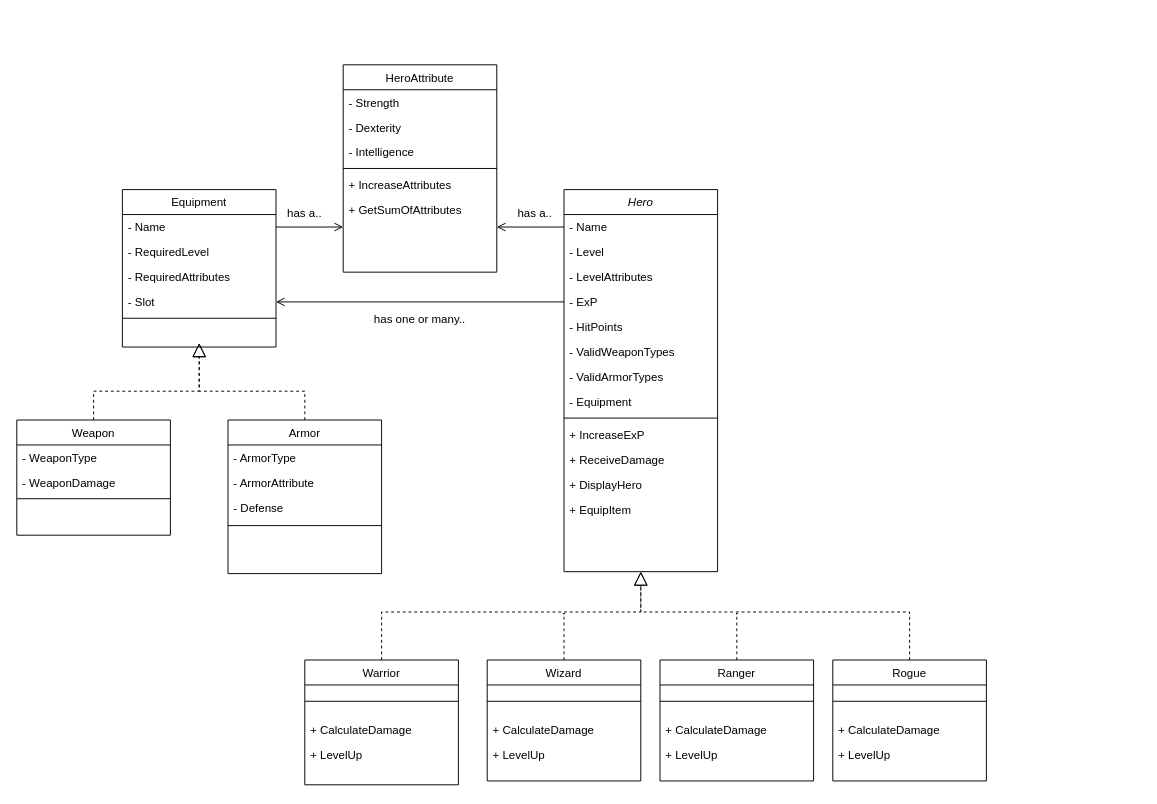
Before: rpggame.drawio in vegardandersson/additional-files, a draw.io diagram. Source tidied: cells renumbered, new cells numbered last; positions are measured from the earlier drawing's top-left corner, leaving out a move shared by most shapes. Both pictures are drawn from the tidied source at 96%, with x=0, y=0 at pixel (16, 64).
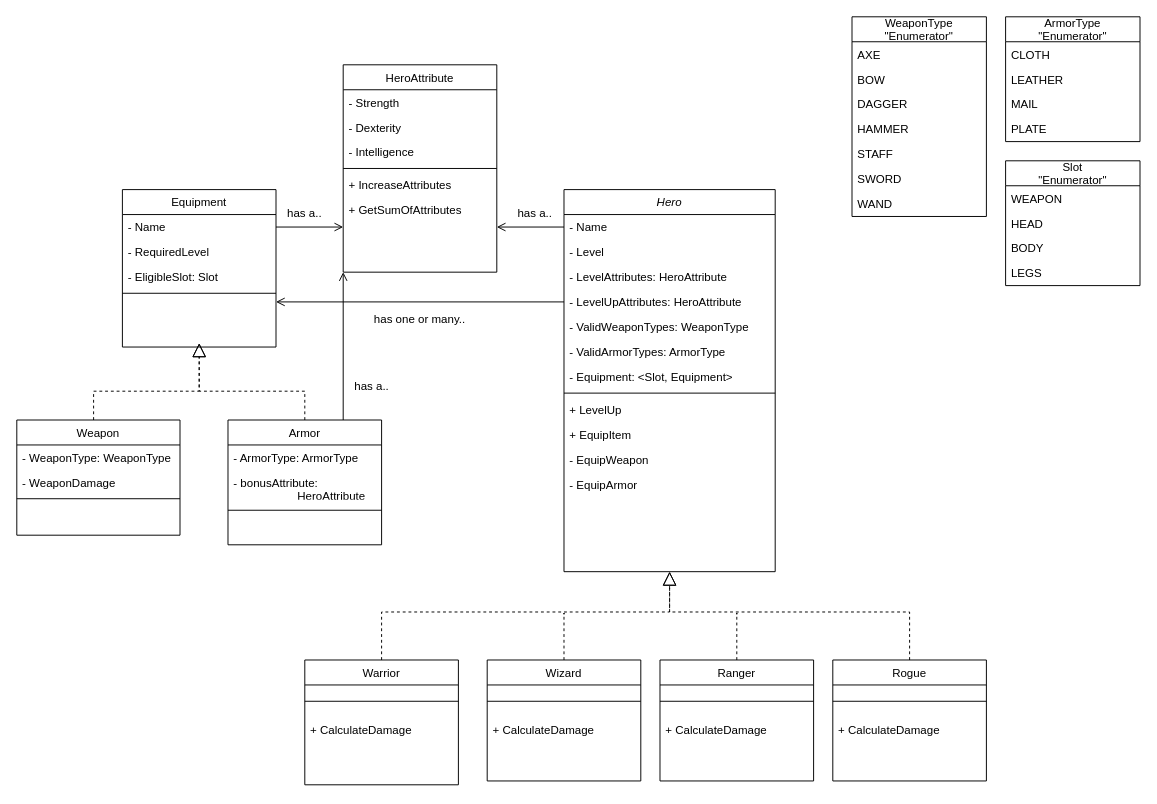
The same diagram, later.

Unchanged cells that the change refers to:
```xml
<mxCell id="16" value="HeroAttribute" style="swimlane;fontStyle=0;align=center;verticalAlign=top;horizontal=1;startSize=26;rounded=0;shadow=0;strokeWidth=1;" parent="1" vertex="1">
  <mxGeometry x="340" width="160" height="216" as="geometry" />
</mxCell>
<mxCell id="23" value="Equipment" style="swimlane;fontStyle=0;align=center;verticalAlign=top;horizontal=1;startSize=26;rounded=0;shadow=0;strokeWidth=1;" parent="1" vertex="1">
  <mxGeometry x="110" y="130" width="160" height="164" as="geometry" />
</mxCell>
<mxCell id="46" value="Warrior" style="swimlane;fontStyle=0;align=center;verticalAlign=top;horizontal=1;startSize=26;rounded=0;shadow=0;strokeWidth=1;" parent="1" vertex="1">
  <mxGeometry x="300" y="620" width="160" height="130" as="geometry" />
</mxCell>
<mxCell id="50" value="Wizard" style="swimlane;fontStyle=0;align=center;verticalAlign=top;horizontal=1;startSize=26;rounded=0;shadow=0;strokeWidth=1;" parent="1" vertex="1">
  <mxGeometry x="490" y="620" width="160" height="126" as="geometry" />
</mxCell>
<mxCell id="54" value="Ranger" style="swimlane;fontStyle=0;align=center;verticalAlign=top;horizontal=1;startSize=26;rounded=0;shadow=0;strokeWidth=1;" parent="1" vertex="1">
  <mxGeometry x="670" y="620" width="160" height="126" as="geometry" />
</mxCell>
<mxCell id="58" value="Rogue" style="swimlane;fontStyle=0;align=center;verticalAlign=top;horizontal=1;startSize=26;rounded=0;shadow=0;strokeWidth=1;" parent="1" vertex="1">
  <mxGeometry x="850" y="620" width="160" height="126" as="geometry" />
</mxCell>
```

What changed in the source:
```diff
@@
     <mxCell id="2" value="Hero" style="swimlane;fontStyle=2;align=center;verticalAlign=top;horizontal=1;startSize=26;rounded=0;shadow=0;strokeWidth=1;" parent="1" vertex="1">
-      <mxGeometry x="570" y="130" width="160" height="398" as="geometry" />
+      <mxGeometry x="570" y="130" width="220" height="398" as="geometry" />
     </mxCell>
     <mxCell id="3" value="- Name" style="text;align=left;verticalAlign=top;spacingLeft=4;spacingRight=4;overflow=hidden;points=[[0,0.5],[1,0.5]];portConstraint=eastwest;" parent="2" vertex="1">
-      <mxGeometry y="26" width="160" height="26" as="geometry" />
+      <mxGeometry y="26" width="220" height="26" as="geometry" />
     </mxCell>
     <mxCell id="4" value="- Level" style="text;align=left;verticalAlign=top;spacingLeft=4;spacingRight=4;overflow=hidden;rounded=0;shadow=0;html=0;" parent="2" vertex="1">
-      <mxGeometry y="52" width="160" height="26" as="geometry" />
+      <mxGeometry y="52" width="220" height="26" as="geometry" />
     </mxCell>
-    <mxCell id="5" value="- LevelAttributes" style="text;align=left;verticalAlign=top;spacingLeft=4;spacingRight=4;overflow=hidden;rounded=0;shadow=0;html=0;" parent="2" vertex="1">
-      <mxGeometry y="78" width="160" height="26" as="geometry" />
+    <mxCell id="5" value="- LevelAttributes: HeroAttribute" style="text;align=left;verticalAlign=top;spacingLeft=4;spacingRight=4;overflow=hidden;rounded=0;shadow=0;html=0;" parent="2" vertex="1">
+      <mxGeometry y="78" width="220" height="26" as="geometry" />
     </mxCell>
-    <mxCell id="6" value="- ExP" style="text;align=left;verticalAlign=top;spacingLeft=4;spacingRight=4;overflow=hidden;points=[[0,0.5],[1,0.5]];portConstraint=eastwest;rounded=0;shadow=0;html=0;" parent="2" vertex="1">
-      <mxGeometry y="104" width="160" height="26" as="geometry" />
-    </mxCell>
-    <mxCell id="7" value="- HitPoints" style="text;align=left;verticalAlign=top;spacingLeft=4;spacingRight=4;overflow=hidden;rounded=0;shadow=0;html=0;" parent="2" vertex="1">
-      <mxGeometry y="130" width="160" height="26" as="geometry" />
-    </mxCell>
+    <mxCell id="66" value="- LevelUpAttributes: HeroAttribute" style="text;align=left;verticalAlign=top;spacingLeft=4;spacingRight=4;overflow=hidden;rounded=0;shadow=0;html=0;" parent="2" vertex="1">
+      <mxGeometry y="104" width="220" height="26" as="geometry" />
+    </mxCell>
-    <mxCell id="8" value="- ValidWeaponTypes" style="text;align=left;verticalAlign=top;spacingLeft=4;spacingRight=4;overflow=hidden;rounded=0;shadow=0;html=0;" parent="2" vertex="1">
-      <mxGeometry y="156" width="160" height="26" as="geometry" />
+    <mxCell id="8" value="- ValidWeaponTypes: WeaponType" style="text;align=left;verticalAlign=top;spacingLeft=4;spacingRight=4;overflow=hidden;rounded=0;shadow=0;html=0;" parent="2" vertex="1">
+      <mxGeometry y="130" width="220" height="26" as="geometry" />
     </mxCell>
-    <mxCell id="9" value="- ValidArmorTypes" style="text;align=left;verticalAlign=top;spacingLeft=4;spacingRight=4;overflow=hidden;rounded=0;shadow=0;html=0;" parent="2" vertex="1">
-      <mxGeometry y="182" width="160" height="26" as="geometry" />
+    <mxCell id="9" value="- ValidArmorTypes: ArmorType" style="text;align=left;verticalAlign=top;spacingLeft=4;spacingRight=4;overflow=hidden;rounded=0;shadow=0;html=0;" parent="2" vertex="1">
+      <mxGeometry y="156" width="220" height="26" as="geometry" />
     </mxCell>
-    <mxCell id="10" value="- Equipment" style="text;align=left;verticalAlign=top;spacingLeft=4;spacingRight=4;overflow=hidden;rounded=0;shadow=0;html=0;" parent="2" vertex="1">
-      <mxGeometry y="208" width="160" height="26" as="geometry" />
+    <mxCell id="10" value="- Equipment: &lt;Slot, Equipment&gt;" style="text;align=left;verticalAlign=top;spacingLeft=4;spacingRight=4;overflow=hidden;rounded=0;shadow=0;html=0;" parent="2" vertex="1">
+      <mxGeometry y="182" width="220" height="26" as="geometry" />
     </mxCell>
     <mxCell id="11" style="line;html=1;strokeWidth=1;align=left;verticalAlign=middle;spacingTop=-1;spacingLeft=3;spacingRight=3;labelPosition=right;" parent="2" vertex="1">
-      <mxGeometry y="234" width="160" height="8" as="geometry" />
+      <mxGeometry y="208" width="220" height="8" as="geometry" />
     </mxCell>
-    <mxCell id="12" value="+ IncreaseExP" style="text;align=left;verticalAlign=top;spacingLeft=4;spacingRight=4;overflow=hidden;rounded=0;shadow=0;html=0;" parent="2" vertex="1">
-      <mxGeometry y="242" width="160" height="26" as="geometry" />
-    </mxCell>
-    <mxCell id="13" value="+ ReceiveDamage" style="text;align=left;verticalAlign=top;spacingLeft=4;spacingRight=4;overflow=hidden;rounded=0;shadow=0;html=0;" parent="2" vertex="1">
-      <mxGeometry y="268" width="160" height="26" as="geometry" />
-    </mxCell>
-    <mxCell id="14" value="+ DisplayHero" style="text;align=left;verticalAlign=top;spacingLeft=4;spacingRight=4;overflow=hidden;rounded=0;shadow=0;html=0;" parent="2" vertex="1">
-      <mxGeometry y="294" width="160" height="26" as="geometry" />
-    </mxCell>
+    <mxCell id="67" value="+ LevelUp" style="text;align=left;verticalAlign=top;spacingLeft=4;spacingRight=4;overflow=hidden;rounded=0;shadow=0;html=0;" parent="2" vertex="1">
+      <mxGeometry y="216" width="220" height="26" as="geometry" />
+    </mxCell>
     <mxCell id="15" value="+ EquipItem" style="text;align=left;verticalAlign=top;spacingLeft=4;spacingRight=4;overflow=hidden;rounded=0;shadow=0;html=0;" parent="2" vertex="1">
-      <mxGeometry y="320" width="160" height="26" as="geometry" />
+      <mxGeometry y="242" width="220" height="26" as="geometry" />
     </mxCell>
+    <mxCell id="68" value="- EquipWeapon" style="text;align=left;verticalAlign=top;spacingLeft=4;spacingRight=4;overflow=hidden;rounded=0;shadow=0;html=0;" parent="2" vertex="1">
+      <mxGeometry y="268" width="220" height="26" as="geometry" />
+    </mxCell>
+    <mxCell id="69" value="- EquipArmor" style="text;align=left;verticalAlign=top;spacingLeft=4;spacingRight=4;overflow=hidden;rounded=0;shadow=0;html=0;" parent="2" vertex="1">
+      <mxGeometry y="294" width="220" height="26" as="geometry" />
+    </mxCell>
@@
-    <mxCell id="26" value="- RequiredAttributes" style="text;align=left;verticalAlign=top;spacingLeft=4;spacingRight=4;overflow=hidden;rounded=0;shadow=0;html=0;" parent="23" vertex="1">
-      <mxGeometry y="78" width="160" height="26" as="geometry" />
-    </mxCell>
-    <mxCell id="27" value="- Slot" style="text;align=left;verticalAlign=top;spacingLeft=4;spacingRight=4;overflow=hidden;rounded=0;shadow=0;html=0;" parent="23" vertex="1">
-      <mxGeometry y="104" width="160" height="26" as="geometry" />
+    <mxCell id="27" value="- EligibleSlot: Slot" style="text;align=left;verticalAlign=top;spacingLeft=4;spacingRight=4;overflow=hidden;rounded=0;shadow=0;html=0;" parent="23" vertex="1">
+      <mxGeometry y="78" width="160" height="26" as="geometry" />
     </mxCell>
     <mxCell id="28" style="line;html=1;strokeWidth=1;align=left;verticalAlign=middle;spacingTop=-1;spacingLeft=3;spacingRight=3;labelPosition=right;" parent="23" vertex="1">
-      <mxGeometry y="130" width="160" height="8" as="geometry" />
+      <mxGeometry y="104" width="160" height="8" as="geometry" />
     </mxCell>
     <mxCell id="29" value="Weapon" style="swimlane;fontStyle=0;align=center;verticalAlign=top;horizontal=1;startSize=26;rounded=0;shadow=0;strokeWidth=1;" parent="1" vertex="1">
-      <mxGeometry y="370" width="160" height="120" as="geometry" />
+      <mxGeometry y="370" width="170" height="120" as="geometry" />
     </mxCell>
-    <mxCell id="30" value="- WeaponType" style="text;align=left;verticalAlign=top;spacingLeft=4;spacingRight=4;overflow=hidden;" parent="29" vertex="1">
-      <mxGeometry y="26" width="160" height="26" as="geometry" />
+    <mxCell id="30" value="- WeaponType: WeaponType" style="text;align=left;verticalAlign=top;spacingLeft=4;spacingRight=4;overflow=hidden;" parent="29" vertex="1">
+      <mxGeometry y="26" width="170" height="26" as="geometry" />
     </mxCell>
     <mxCell id="31" value="- WeaponDamage" style="text;align=left;verticalAlign=top;spacingLeft=4;spacingRight=4;overflow=hidden;" parent="29" vertex="1">
-      <mxGeometry y="52" width="160" height="26" as="geometry" />
+      <mxGeometry y="52" width="170" height="26" as="geometry" />
     </mxCell>
     <mxCell id="32" style="line;html=1;strokeWidth=1;align=left;verticalAlign=middle;spacingTop=-1;spacingLeft=3;spacingRight=3;labelPosition=right;" parent="29" vertex="1">
-      <mxGeometry y="78" width="160" height="8" as="geometry" />
+      <mxGeometry y="78" width="170" height="8" as="geometry" />
     </mxCell>
     <mxCell id="33" value="Armor" style="swimlane;fontStyle=0;align=center;verticalAlign=top;horizontal=1;startSize=26;rounded=0;shadow=0;strokeWidth=1;" parent="1" vertex="1">
-      <mxGeometry x="220" y="370" width="160" height="160" as="geometry" />
+      <mxGeometry x="220" y="370" width="160" height="130" as="geometry" />
     </mxCell>
-    <mxCell id="34" value="- ArmorType" style="text;align=left;verticalAlign=top;spacingLeft=4;spacingRight=4;overflow=hidden;" parent="33" vertex="1">
+    <mxCell id="34" value="- ArmorType: ArmorType" style="text;align=left;verticalAlign=top;spacingLeft=4;spacingRight=4;overflow=hidden;" parent="33" vertex="1">
       <mxGeometry y="26" width="160" height="26" as="geometry" />
     </mxCell>
-    <mxCell id="35" value="- ArmorAttribute" style="text;align=left;verticalAlign=top;spacingLeft=4;spacingRight=4;overflow=hidden;" parent="33" vertex="1">
+    <mxCell id="35" value="- bonusAttribute: &#10;                    HeroAttribute" style="text;align=left;verticalAlign=top;spacingLeft=4;spacingRight=4;overflow=hidden;" parent="33" vertex="1">
       <mxGeometry y="52" width="160" height="26" as="geometry" />
     </mxCell>
-    <mxCell id="36" value="- Defense" style="text;align=left;verticalAlign=top;spacingLeft=4;spacingRight=4;overflow=hidden;" parent="33" vertex="1">
-      <mxGeometry y="78" width="160" height="26" as="geometry" />
-    </mxCell>
     <mxCell id="37" style="line;html=1;strokeWidth=1;align=left;verticalAlign=middle;spacingTop=-1;spacingLeft=3;spacingRight=3;labelPosition=right;" parent="33" vertex="1">
-      <mxGeometry y="104" width="160" height="12" as="geometry" />
+      <mxGeometry y="78" width="160" height="32" as="geometry" />
     </mxCell>
@@
-    <mxCell id="39" style="endArrow=block;dashed=1;endFill=0;endSize=12;html=1;rounded=0;exitX=0.5;exitY=0;exitDx=0;exitDy=0;" parent="1" edge="1" source="29">
+    <mxCell id="39" style="endArrow=block;dashed=1;endFill=0;endSize=12;html=1;rounded=0;" parent="1" edge="1">
       <mxGeometry relative="1" as="geometry">
+        <mxPoint x="80" y="370" as="sourcePoint" />
         <mxPoint x="190" y="290" as="targetPoint" />
         <Array as="points">
           <mxPoint x="80" y="340" />
           <mxPoint x="190" y="340" />
         </Array>
       </mxGeometry>
     </mxCell>
@@
-    <mxCell id="42" style="endArrow=open;endFill=1;endSize=7;html=1;rounded=0;exitX=0;exitY=0.5;exitDx=0;exitDy=0;" parent="1" edge="1" source="6">
+    <mxCell id="42" style="endArrow=open;endFill=1;endSize=7;html=1;rounded=0;exitX=0;exitY=0.5;exitDx=0;exitDy=0;" parent="1" edge="1">
       <mxGeometry relative="1" as="geometry">
+        <mxPoint x="570" y="247" as="sourcePoint" />
         <mxPoint x="270" y="247" as="targetPoint" />
       </mxGeometry>
     </mxCell>
@@
-    <mxCell id="49" value="+ LevelUp" style="text;align=left;verticalAlign=top;spacingLeft=4;spacingRight=4;overflow=hidden;rounded=0;shadow=0;html=0;" parent="46" vertex="1">
-      <mxGeometry y="86" width="160" height="44" as="geometry" />
-    </mxCell>
@@
-    <mxCell id="53" value="+ LevelUp" style="text;align=left;verticalAlign=top;spacingLeft=4;spacingRight=4;overflow=hidden;rounded=0;shadow=0;html=0;" parent="50" vertex="1">
-      <mxGeometry y="86" width="160" height="26" as="geometry" />
-    </mxCell>
@@
-    <mxCell id="57" value="+ LevelUp" style="text;align=left;verticalAlign=top;spacingLeft=4;spacingRight=4;overflow=hidden;rounded=0;shadow=0;html=0;" parent="54" vertex="1">
-      <mxGeometry y="86" width="160" height="26" as="geometry" />
-    </mxCell>
@@
-    <mxCell id="61" value="+ LevelUp" style="text;align=left;verticalAlign=top;spacingLeft=4;spacingRight=4;overflow=hidden;rounded=0;shadow=0;html=0;" parent="58" vertex="1">
-      <mxGeometry y="86" width="160" height="26" as="geometry" />
-    </mxCell>
     <mxCell id="62" style="endArrow=block;dashed=1;endFill=0;endSize=12;html=1;rounded=0;exitX=0.5;exitY=0;exitDx=0;exitDy=0;entryX=0.5;entryY=1;entryDx=0;entryDy=0;" parent="1" edge="1" source="46" target="2">
       <mxGeometry relative="1" as="geometry">
         <Array as="points">
           <mxPoint x="380" y="570" />
-          <mxPoint x="650" y="570" />
+          <mxPoint x="680" y="570" />
         </Array>
       </mxGeometry>
     </mxCell>
     <mxCell id="63" style="endArrow=block;dashed=1;endFill=0;endSize=12;html=1;rounded=0;exitX=0.5;exitY=0;exitDx=0;exitDy=0;entryX=0.5;entryY=1;entryDx=0;entryDy=0;" parent="1" edge="1" source="58" target="2">
       <mxGeometry relative="1" as="geometry">
         <Array as="points">
           <mxPoint x="930" y="570" />
-          <mxPoint x="650" y="570" />
+          <mxPoint x="680" y="570" />
         </Array>
       </mxGeometry>
     </mxCell>
@@
+    <mxCell id="70" style="endArrow=open;endFill=1;endSize=7;html=1;rounded=0;exitX=0.75;exitY=0;exitDx=0;exitDy=0;entryX=0;entryY=1;entryDx=0;entryDy=0;" parent="1" edge="1" source="33" target="16">
+      <mxGeometry relative="1" as="geometry" />
+    </mxCell>
+    <mxCell id="71" value="has a.." style="text;html=1;strokeColor=none;fillColor=none;align=center;verticalAlign=middle;whiteSpace=wrap;rounded=0;" parent="1" vertex="1">
+      <mxGeometry x="340" y="320" width="60" height="30" as="geometry" />
+    </mxCell>
+    <mxCell id="72" value="WeaponType&#10;&quot;Enumerator&quot;" style="swimlane;fontStyle=0;horizontal=1;startSize=26;fillColor=none;" parent="1" vertex="1">
+      <mxGeometry x="870" y="-50" width="140" height="208" as="geometry" />
+    </mxCell>
+    <mxCell id="73" value="AXE" style="text;strokeColor=none;fillColor=none;align=left;verticalAlign=top;spacingLeft=4;spacingRight=4;overflow=hidden;" parent="72" vertex="1">
+      <mxGeometry y="26" width="140" height="26" as="geometry" />
+    </mxCell>
+    <mxCell id="74" value="BOW" style="text;strokeColor=none;fillColor=none;align=left;verticalAlign=top;spacingLeft=4;spacingRight=4;overflow=hidden;" parent="72" vertex="1">
+      <mxGeometry y="52" width="140" height="26" as="geometry" />
+    </mxCell>
+    <mxCell id="75" value="DAGGER" style="text;strokeColor=none;fillColor=none;align=left;verticalAlign=top;spacingLeft=4;spacingRight=4;overflow=hidden;" parent="72" vertex="1">
+      <mxGeometry y="78" width="140" height="26" as="geometry" />
+    </mxCell>
+    <mxCell id="76" value="HAMMER" style="text;strokeColor=none;fillColor=none;align=left;verticalAlign=top;spacingLeft=4;spacingRight=4;overflow=hidden;" parent="72" vertex="1">
+      <mxGeometry y="104" width="140" height="26" as="geometry" />
+    </mxCell>
+    <mxCell id="77" value="STAFF" style="text;strokeColor=none;fillColor=none;align=left;verticalAlign=top;spacingLeft=4;spacingRight=4;overflow=hidden;" parent="72" vertex="1">
+      <mxGeometry y="130" width="140" height="26" as="geometry" />
+    </mxCell>
+    <mxCell id="78" value="SWORD" style="text;strokeColor=none;fillColor=none;align=left;verticalAlign=top;spacingLeft=4;spacingRight=4;overflow=hidden;" parent="72" vertex="1">
+      <mxGeometry y="156" width="140" height="26" as="geometry" />
+    </mxCell>
+    <mxCell id="79" value="WAND" style="text;strokeColor=none;fillColor=none;align=left;verticalAlign=top;spacingLeft=4;spacingRight=4;overflow=hidden;" parent="72" vertex="1">
+      <mxGeometry y="182" width="140" height="26" as="geometry" />
+    </mxCell>
+    <mxCell id="80" value="ArmorType&#10;&quot;Enumerator&quot;" style="swimlane;fontStyle=0;horizontal=1;startSize=26;fillColor=none;" parent="1" vertex="1">
+      <mxGeometry x="1030" y="-50" width="140" height="130" as="geometry" />
+    </mxCell>
+    <mxCell id="81" value="CLOTH" style="text;strokeColor=none;fillColor=none;align=left;verticalAlign=top;spacingLeft=4;spacingRight=4;overflow=hidden;" parent="80" vertex="1">
+      <mxGeometry y="26" width="140" height="26" as="geometry" />
+    </mxCell>
+    <mxCell id="82" value="LEATHER" style="text;strokeColor=none;fillColor=none;align=left;verticalAlign=top;spacingLeft=4;spacingRight=4;overflow=hidden;" parent="80" vertex="1">
+      <mxGeometry y="52" width="140" height="26" as="geometry" />
+    </mxCell>
+    <mxCell id="83" value="MAIL" style="text;strokeColor=none;fillColor=none;align=left;verticalAlign=top;spacingLeft=4;spacingRight=4;overflow=hidden;" parent="80" vertex="1">
+      <mxGeometry y="78" width="140" height="26" as="geometry" />
+    </mxCell>
+    <mxCell id="84" value="PLATE" style="text;strokeColor=none;fillColor=none;align=left;verticalAlign=top;spacingLeft=4;spacingRight=4;overflow=hidden;" parent="80" vertex="1">
+      <mxGeometry y="104" width="140" height="26" as="geometry" />
+    </mxCell>
+    <mxCell id="85" value="Slot&#10;&quot;Enumerator&quot;" style="swimlane;fontStyle=0;horizontal=1;startSize=26;fillColor=none;" parent="1" vertex="1">
+      <mxGeometry x="1030" y="100" width="140" height="130" as="geometry" />
+    </mxCell>
+    <mxCell id="86" value="WEAPON" style="text;strokeColor=none;fillColor=none;align=left;verticalAlign=top;spacingLeft=4;spacingRight=4;overflow=hidden;" parent="85" vertex="1">
+      <mxGeometry y="26" width="140" height="26" as="geometry" />
+    </mxCell>
+    <mxCell id="87" value="HEAD" style="text;strokeColor=none;fillColor=none;align=left;verticalAlign=top;spacingLeft=4;spacingRight=4;overflow=hidden;" parent="85" vertex="1">
+      <mxGeometry y="52" width="140" height="26" as="geometry" />
+    </mxCell>
+    <mxCell id="88" value="BODY" style="text;strokeColor=none;fillColor=none;align=left;verticalAlign=top;spacingLeft=4;spacingRight=4;overflow=hidden;" parent="85" vertex="1">
+      <mxGeometry y="78" width="140" height="26" as="geometry" />
+    </mxCell>
+    <mxCell id="89" value="LEGS" style="text;strokeColor=none;fillColor=none;align=left;verticalAlign=top;spacingLeft=4;spacingRight=4;overflow=hidden;" parent="85" vertex="1">
+      <mxGeometry y="104" width="140" height="26" as="geometry" />
+    </mxCell>
```
